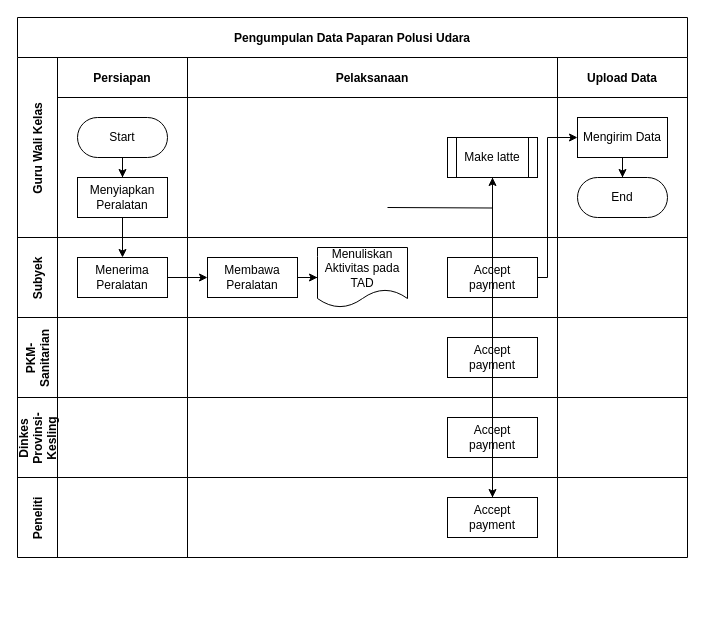
dwi-agustian/udara keeps this draw.io diagram as data_collection_breathe.drawio. Above is the earlier version. Source tidied: cells renumbered, new cells numbered last; positions are measured from the earlier drawing's top-left corner, leaving out a move shared by most shapes. Both pictures are drawn from the tidied source at 100%, with x=0, y=0 at pixel (17, 17).
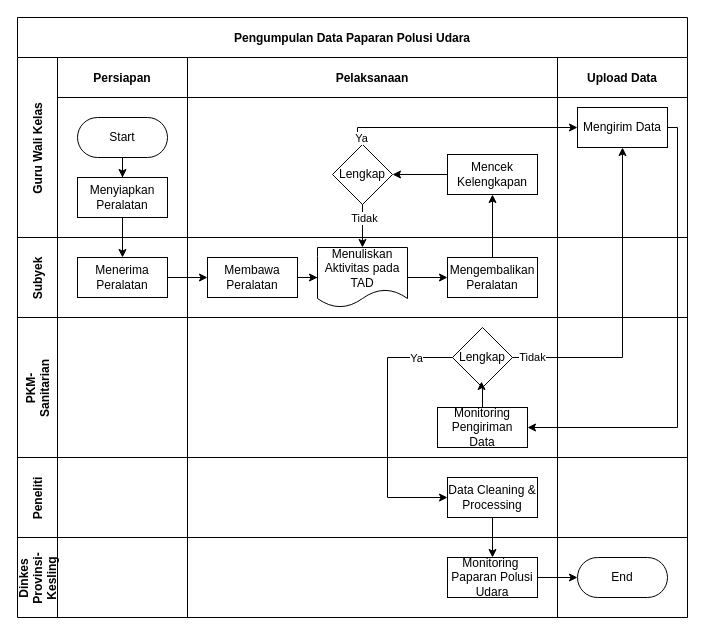
The same page after the edit.

The change refers to these unchanged cells:
```xml
<mxCell id="4" value="Guru Wali Kelas" style="shape=tableRow;horizontal=0;swimlaneHead=0;swimlaneBody=0;top=0;left=0;bottom=0;right=0;fillColor=none;startSize=40;fontStyle=1;" parent="2" vertex="1">
  <mxGeometry y="40" width="670" height="180" as="geometry" />
</mxCell>
<mxCell id="9" value="Pelaksanaan" style="swimlane;swimlaneHead=0;swimlaneBody=0;fillColor=none;startSize=40;fontStyle=1;" parent="4" vertex="1">
  <mxGeometry x="170" width="370" height="180" as="geometry" />
</mxCell>
<mxCell id="11" value="Upload Data" style="swimlane;swimlaneHead=0;swimlaneBody=0;fillColor=none;startSize=40;fontStyle=1;" parent="4" vertex="1">
  <mxGeometry x="540" width="130" height="180" as="geometry" />
</mxCell>
<mxCell id="19" style="swimlane;swimlaneHead=0;swimlaneBody=0;fillColor=none;startSize=0;fontStyle=1;" parent="16" vertex="1">
  <mxGeometry x="170" width="370" height="80" as="geometry" />
</mxCell>
<mxCell id="23" value="Menuliskan Aktivitas pada TAD" style="shape=document;whiteSpace=wrap;html=1;boundedLbl=1;" parent="19" vertex="1">
  <mxGeometry x="130" y="10" width="90" height="60" as="geometry" />
</mxCell>
<mxCell id="33" style="swimlane;swimlaneHead=0;swimlaneBody=0;fillColor=none;startSize=0;fontStyle=1;" parent="31" vertex="1">
  <mxGeometry x="170" width="370" height="80" as="geometry" />
</mxCell>
<mxCell id="38" style="swimlane;swimlaneHead=0;swimlaneBody=0;fillColor=none;startSize=0;fontStyle=1;" parent="36" vertex="1">
  <mxGeometry x="170" width="370" height="80" as="geometry" />
</mxCell>
<mxCell id="40" style="swimlane;swimlaneHead=0;swimlaneBody=0;fillColor=none;startSize=0;fontStyle=1;" parent="36" vertex="1">
  <mxGeometry x="540" width="130" height="80" as="geometry" />
</mxCell>
```

Diff of the diagram source:
```diff
@@
     <mxCell id="2" value="Pengumpulan Data Paparan Polusi Udara" style="shape=table;childLayout=tableLayout;startSize=40;fillColor=none;fontStyle=1;" parent="1" vertex="1">
-      <mxGeometry width="670" height="540" as="geometry" />
+      <mxGeometry width="670" height="600" as="geometry" />
     </mxCell>
@@
-    <mxCell id="10" value="Make latte" style="shape=process;whiteSpace=wrap;html=1;backgroundOutline=1;" parent="9" vertex="1">
-      <mxGeometry x="260" y="80" width="90" height="40" as="geometry" />
-    </mxCell>
+    <mxCell id="43" value="Lengkap" style="rhombus;whiteSpace=wrap;html=1;" parent="9" vertex="1">
+      <mxGeometry x="145" y="87" width="60" height="60" as="geometry" />
+    </mxCell>
+    <mxCell id="44" style="edgeStyle=orthogonalEdgeStyle;rounded=0;jettySize=auto;html=1;entryX=1;entryY=0.5;entryDx=0;entryDy=0;" parent="9" edge="1" source="45" target="43">
+      <mxGeometry relative="1" as="geometry" />
+    </mxCell>
+    <mxCell id="45" value="Mencek Kelengkapan" style="rounded=0;whiteSpace=wrap;html=1;" parent="9" vertex="1">
+      <mxGeometry x="260" y="97" width="90" height="40" as="geometry" />
+    </mxCell>
@@
-    <mxCell id="12" style="edgeStyle=orthogonalEdgeStyle;rounded=0;jettySize=auto;html=1;" parent="11" edge="1" source="13" target="14">
-      <mxGeometry relative="1" as="geometry" />
-    </mxCell>
     <mxCell id="13" value="Mengirim Data" style="rounded=0;whiteSpace=wrap;html=1;" parent="11" vertex="1">
-      <mxGeometry x="20" y="60" width="90" height="40" as="geometry" />
+      <mxGeometry x="20" y="50" width="90" height="40" as="geometry" />
     </mxCell>
-    <mxCell id="14" value="End" style="rounded=1;whiteSpace=wrap;html=1;arcSize=50;" parent="11" vertex="1">
-      <mxGeometry x="20" y="120" width="90" height="40" as="geometry" />
-    </mxCell>
-    <mxCell id="15" style="edgeStyle=orthogonalEdgeStyle;rounded=0;jettySize=auto;html=1;" parent="4" edge="1" source="10" target="13">
-      <mxGeometry relative="1" as="geometry">
-        <Array as="points">
-          <mxPoint x="530" y="220" />
-          <mxPoint x="530" y="80" />
-        </Array>
-      </mxGeometry>
-    </mxCell>
+    <mxCell id="46" style="edgeStyle=orthogonalEdgeStyle;rounded=0;jettySize=auto;html=1;entryX=0;entryY=0.5;entryDx=0;entryDy=0;exitX=0.5;exitY=0;exitDx=0;exitDy=0;" parent="4" edge="1" source="43" target="13">
+      <mxGeometry relative="1" as="geometry">
+        <Array as="points">
+          <mxPoint x="340" y="87" />
+          <mxPoint x="340" y="70" />
+        </Array>
+      </mxGeometry>
+    </mxCell>
+    <mxCell id="47" value="Ya" style="edgeLabel;html=1;align=center;verticalAlign=middle;" parent="46" vertex="1">
+      <mxGeometry x="-0.9" y="-3" relative="1" as="geometry" />
+    </mxCell>
@@
-    <mxCell id="20" value="Accept&lt;br&gt;payment" style="rounded=0;whiteSpace=wrap;html=1;" parent="19" vertex="1">
+    <mxCell id="20" value="Mengembalikan&lt;div&gt;Peralatan&lt;/div&gt;" style="rounded=0;whiteSpace=wrap;html=1;" parent="19" vertex="1">
       <mxGeometry x="260" y="20" width="90" height="40" as="geometry" />
     </mxCell>
@@
+    <mxCell id="48" style="edgeStyle=orthogonalEdgeStyle;rounded=0;jettySize=auto;html=1;" parent="19" edge="1" source="23" target="20">
+      <mxGeometry relative="1" as="geometry" />
+    </mxCell>
@@
     <mxCell id="26" value="PKM-&#10;Sanitarian" style="shape=tableRow;horizontal=0;swimlaneHead=0;swimlaneBody=0;top=0;left=0;bottom=0;right=0;fillColor=none;startSize=40;fontStyle=1;" parent="2" vertex="1">
-      <mxGeometry y="300" width="670" height="80" as="geometry" />
+      <mxGeometry y="300" width="670" height="140" as="geometry" />
     </mxCell>
     <mxCell id="27" style="swimlane;swimlaneHead=0;swimlaneBody=0;fillColor=none;startSize=0;fontStyle=1;" parent="26" vertex="1">
-      <mxGeometry x="40" width="130" height="80" as="geometry" />
+      <mxGeometry x="40" width="130" height="140" as="geometry" />
     </mxCell>
     <mxCell id="28" style="swimlane;swimlaneHead=0;swimlaneBody=0;fillColor=none;startSize=0;fontStyle=1;" parent="26" vertex="1">
-      <mxGeometry x="170" width="370" height="80" as="geometry" />
+      <mxGeometry x="170" width="370" height="140" as="geometry" />
     </mxCell>
-    <mxCell id="29" value="Accept&lt;br&gt;payment" style="rounded=0;whiteSpace=wrap;html=1;" parent="28" vertex="1">
-      <mxGeometry x="260" y="20" width="90" height="40" as="geometry" />
+    <mxCell id="29" value="Monitoring Pengiriman Data" style="rounded=0;whiteSpace=wrap;html=1;" parent="28" vertex="1">
+      <mxGeometry x="250" y="90" width="90" height="40" as="geometry" />
     </mxCell>
+    <mxCell id="49" value="Lengkap" style="rhombus;whiteSpace=wrap;html=1;" parent="28" vertex="1">
+      <mxGeometry x="265" y="10" width="60" height="60" as="geometry" />
+    </mxCell>
+    <mxCell id="50" style="edgeStyle=orthogonalEdgeStyle;rounded=0;jettySize=auto;html=1;entryX=0.483;entryY=0.9;entryDx=0;entryDy=0;entryPerimeter=0;" parent="28" edge="1" source="29" target="49">
+      <mxGeometry relative="1" as="geometry" />
+    </mxCell>
     <mxCell id="30" style="swimlane;swimlaneHead=0;swimlaneBody=0;fillColor=none;startSize=0;fontStyle=1;" parent="26" vertex="1">
-      <mxGeometry x="540" width="130" height="80" as="geometry" />
+      <mxGeometry x="540" width="130" height="140" as="geometry" />
     </mxCell>
-    <mxCell id="31" value="Dinkes&#10;Provinsi-&#10;Kesling" style="shape=tableRow;horizontal=0;swimlaneHead=0;swimlaneBody=0;top=0;left=0;bottom=0;right=0;fillColor=none;startSize=40;fontStyle=1;" parent="2" vertex="1">
-      <mxGeometry y="380" width="670" height="80" as="geometry" />
+    <mxCell id="31" value="Peneliti" style="shape=tableRow;horizontal=0;swimlaneHead=0;swimlaneBody=0;top=0;left=0;bottom=0;right=0;fillColor=none;startSize=40;fontStyle=1;" parent="2" vertex="1">
+      <mxGeometry y="440" width="670" height="80" as="geometry" />
     </mxCell>
@@
-    <mxCell id="34" value="Accept&lt;br&gt;payment" style="rounded=0;whiteSpace=wrap;html=1;" parent="33" vertex="1">
-      <mxGeometry x="260" y="20" width="90" height="40" as="geometry" />
-    </mxCell>
+    <mxCell id="39" value="Data Cleaning &amp;amp; Processing" style="rounded=0;whiteSpace=wrap;html=1;" parent="33" vertex="1">
+      <mxGeometry x="260" y="20" width="90" height="40" as="geometry" />
+    </mxCell>
@@
-    <mxCell id="36" value="Peneliti" style="shape=tableRow;horizontal=0;swimlaneHead=0;swimlaneBody=0;top=0;left=0;bottom=0;right=0;fillColor=none;startSize=40;fontStyle=1;" parent="2" vertex="1">
-      <mxGeometry y="460" width="670" height="80" as="geometry" />
+    <mxCell id="36" value="Dinkes&#10;Provinsi-&#10;Kesling" style="shape=tableRow;horizontal=0;swimlaneHead=0;swimlaneBody=0;top=0;left=0;bottom=0;right=0;fillColor=none;startSize=40;fontStyle=1;" parent="2" vertex="1">
+      <mxGeometry y="520" width="670" height="80" as="geometry" />
     </mxCell>
@@
-    <mxCell id="39" value="Accept&lt;br&gt;payment" style="rounded=0;whiteSpace=wrap;html=1;" parent="38" vertex="1">
-      <mxGeometry x="260" y="20" width="90" height="40" as="geometry" />
-    </mxCell>
+    <mxCell id="34" value="Monitoring&amp;nbsp;&lt;div&gt;Paparan Polusi Udara&lt;/div&gt;" style="rounded=0;whiteSpace=wrap;html=1;" parent="38" vertex="1">
+      <mxGeometry x="260" y="20" width="90" height="40" as="geometry" />
+    </mxCell>
@@
-    <mxCell id="41" style="edgeStyle=orthogonalEdgeStyle;rounded=0;jettySize=auto;html=1;" parent="2" edge="1" target="39">
-      <mxGeometry relative="1" as="geometry">
-        <mxPoint x="370" y="190" as="sourcePoint" />
-      </mxGeometry>
-    </mxCell>
-    <mxCell id="42" style="edgeStyle=orthogonalEdgeStyle;rounded=0;jettySize=auto;html=1;" parent="2" edge="1" source="39" target="10">
-      <mxGeometry relative="1" as="geometry" />
-    </mxCell>
+    <mxCell id="14" value="End" style="rounded=1;whiteSpace=wrap;html=1;arcSize=50;" parent="40" vertex="1">
+      <mxGeometry x="20" y="20" width="90" height="40" as="geometry" />
+    </mxCell>
+    <mxCell id="51" style="edgeStyle=orthogonalEdgeStyle;rounded=0;jettySize=auto;html=1;" parent="36" edge="1" source="34" target="14">
+      <mxGeometry relative="1" as="geometry" />
+    </mxCell>
+    <mxCell id="52" style="edgeStyle=orthogonalEdgeStyle;rounded=0;jettySize=auto;html=1;entryX=0.5;entryY=1;entryDx=0;entryDy=0;" parent="2" edge="1" source="20" target="45">
+      <mxGeometry relative="1" as="geometry" />
+    </mxCell>
+    <mxCell id="53" style="edgeStyle=orthogonalEdgeStyle;rounded=0;jettySize=auto;html=1;" parent="2" edge="1" source="43" target="23">
+      <mxGeometry relative="1" as="geometry" />
+    </mxCell>
+    <mxCell id="54" value="Tidak" style="edgeLabel;html=1;align=center;verticalAlign=middle;" parent="53" vertex="1">
+      <mxGeometry x="-0.4" y="1" relative="1" as="geometry" />
+    </mxCell>
+    <mxCell id="12" style="edgeStyle=orthogonalEdgeStyle;rounded=0;jettySize=auto;html=1;entryX=1;entryY=0.5;entryDx=0;entryDy=0;exitX=1;exitY=0.5;exitDx=0;exitDy=0;" parent="2" edge="1" source="13" target="29">
+      <mxGeometry relative="1" as="geometry">
+        <Array as="points">
+          <mxPoint x="660" y="110" />
+          <mxPoint x="660" y="410" />
+        </Array>
+      </mxGeometry>
+    </mxCell>
+    <mxCell id="55" style="edgeStyle=orthogonalEdgeStyle;rounded=0;jettySize=auto;html=1;entryX=0.5;entryY=1;entryDx=0;entryDy=0;" parent="2" edge="1" source="49" target="13">
+      <mxGeometry relative="1" as="geometry" />
+    </mxCell>
+    <mxCell id="56" value="Tidak" style="edgeLabel;html=1;align=center;verticalAlign=middle;" parent="55" vertex="1">
+      <mxGeometry x="-0.88" y="1" relative="1" as="geometry" />
+    </mxCell>
+    <mxCell id="57" style="edgeStyle=orthogonalEdgeStyle;rounded=0;jettySize=auto;html=1;entryX=0;entryY=0.5;entryDx=0;entryDy=0;" parent="2" edge="1" source="49" target="39">
+      <mxGeometry relative="1" as="geometry">
+        <Array as="points">
+          <mxPoint x="370" y="340" />
+          <mxPoint x="370" y="480" />
+        </Array>
+      </mxGeometry>
+    </mxCell>
+    <mxCell id="58" value="Ya" style="edgeLabel;html=1;align=center;verticalAlign=middle;" parent="57" vertex="1">
+      <mxGeometry x="-0.72" relative="1" as="geometry" />
+    </mxCell>
+    <mxCell id="59" style="edgeStyle=orthogonalEdgeStyle;rounded=0;jettySize=auto;html=1;" parent="2" edge="1" source="39" target="34">
+      <mxGeometry relative="1" as="geometry" />
+    </mxCell>
```
